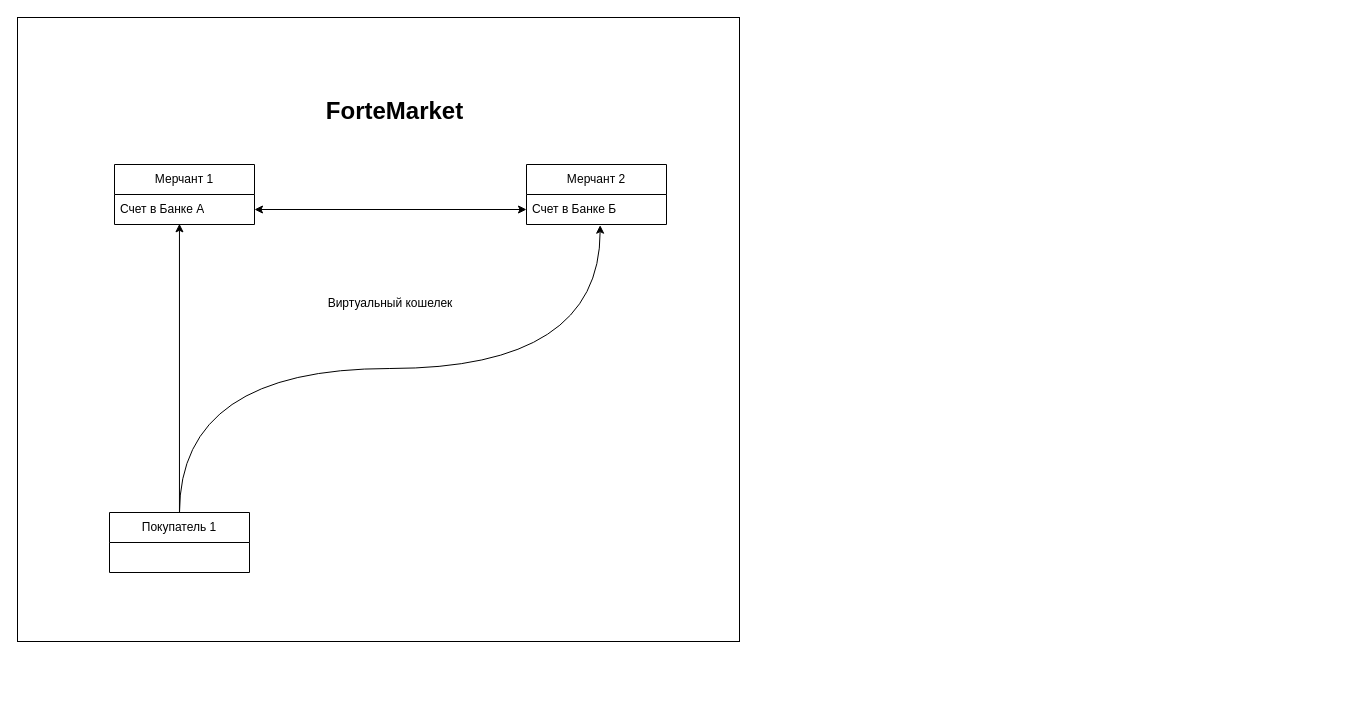
The draw.io diagram modeller/Виртуальный кошелек.drawio in berzezek/technical-support, before the edit. Source tidied: cells renumbered, new cells numbered last; positions are measured from the earlier drawing's top-left corner, leaving out a move shared by most shapes. Both pictures are drawn from the tidied source at 100%, with x=0, y=0 at pixel (17, 17).
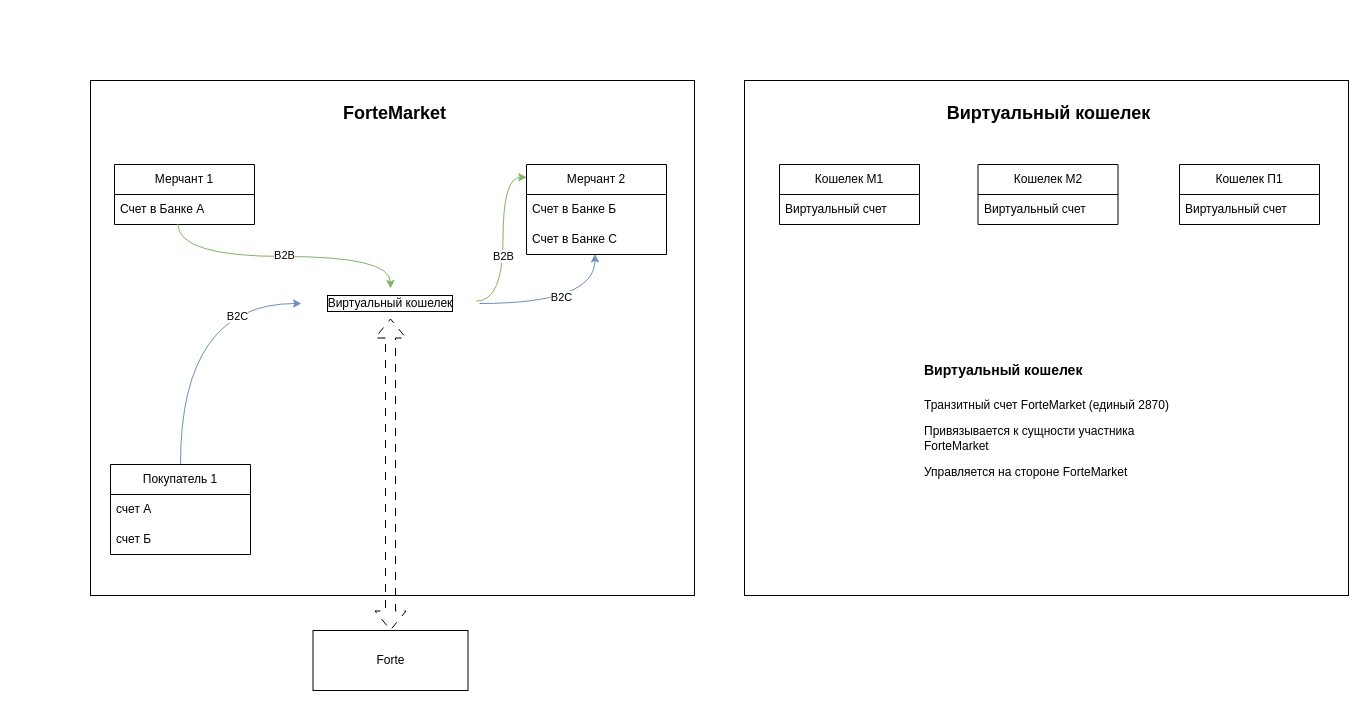
The same diagram, later.

Unchanged cells that the change refers to:
```xml
<mxCell id="5" value="Счет в Банке А" style="text;strokeColor=none;fillColor=none;align=left;verticalAlign=middle;spacingLeft=4;spacingRight=4;overflow=hidden;points=[[0,0.5],[1,0.5]];portConstraint=eastwest;whiteSpace=wrap;html=1;" parent="4" vertex="1">
  <mxGeometry y="30" width="140" height="30" as="geometry" />
</mxCell>
<mxCell id="7" value="Счет в Банке Б" style="text;strokeColor=none;fillColor=none;align=left;verticalAlign=middle;spacingLeft=4;spacingRight=4;overflow=hidden;points=[[0,0.5],[1,0.5]];portConstraint=eastwest;whiteSpace=wrap;html=1;" parent="6" vertex="1">
  <mxGeometry y="30" width="140" height="30" as="geometry" />
</mxCell>
```

Diff of the diagram source:
```diff
@@
     <mxCell id="2" style="rounded=0;whiteSpace=wrap;html=1;" parent="1" vertex="1">
-      <mxGeometry width="722" height="624" as="geometry" />
+      <mxGeometry x="73" y="63" width="604" height="515" as="geometry" />
     </mxCell>
-    <mxCell id="3" value="ForteMarket" style="text;strokeColor=none;fillColor=none;html=1;fontSize=24;fontStyle=1;verticalAlign=middle;align=center;" parent="1" vertex="1">
+    <mxCell id="3" value="&lt;font style=&quot;font-size: 18px;&quot;&gt;ForteMarket&lt;/font&gt;" style="text;strokeColor=none;fillColor=none;html=1;fontSize=24;fontStyle=1;verticalAlign=middle;align=center;" parent="1" vertex="1">
       <mxGeometry x="291.8" y="73" width="169.5" height="41" as="geometry" />
     </mxCell>
@@
     <mxCell id="6" value="Мерчант 2" style="swimlane;fontStyle=0;horizontal=1;startSize=30;whiteSpace=wrap;html=1;" parent="1" vertex="1">
-      <mxGeometry x="509" y="147" width="140" height="60" as="geometry" />
+      <mxGeometry x="509" y="147" width="140" height="90" as="geometry" />
     </mxCell>
@@
-    <mxCell id="8" value="Покупатель 1" style="swimlane;fontStyle=0;horizontal=1;startSize=30;whiteSpace=wrap;html=1;" parent="1" vertex="1">
-      <mxGeometry x="92" y="495" width="140" height="60" as="geometry" />
-    </mxCell>
+    <mxCell id="14" value="Счет в Банке С" style="text;strokeColor=none;fillColor=none;align=left;verticalAlign=middle;spacingLeft=4;spacingRight=4;overflow=hidden;points=[[0,0.5],[1,0.5]];portConstraint=eastwest;whiteSpace=wrap;html=1;" parent="6" vertex="1">
+      <mxGeometry y="60" width="140" height="30" as="geometry" />
+    </mxCell>
+    <mxCell id="15" style="edgeStyle=orthogonalEdgeStyle;rounded=0;jettySize=auto;html=1;entryX=0.5;entryY=0;entryDx=0;entryDy=0;curved=1;exitX=0.5;exitY=1;exitDx=0;exitDy=0;startArrow=classic;startFill=1;shape=flexArrow;dashed=1;dashPattern=8 8;" parent="1" edge="1" source="9" target="24">
+      <mxGeometry relative="1" as="geometry" />
+    </mxCell>
-    <mxCell id="9" value="Виртуальный кошелек" style="text;html=1;whiteSpace=wrap;strokeColor=none;fillColor=none;align=center;verticalAlign=middle;rounded=0;" parent="1" vertex="1">
+    <mxCell id="9" value="Виртуальный кошелек" style="text;html=1;whiteSpace=wrap;strokeColor=none;fillColor=none;align=center;verticalAlign=middle;rounded=0;labelBorderColor=default;spacingLeft=0;" parent="1" vertex="1">
       <mxGeometry x="284" y="271" width="178" height="30" as="geometry" />
     </mxCell>
@@
-    <mxCell id="11" style="edgeStyle=orthogonalEdgeStyle;rounded=0;jettySize=auto;html=1;entryX=0;entryY=0.75;entryDx=0;entryDy=0;startArrow=classic;startFill=1;" parent="1" edge="1" source="5" target="6">
+    <mxCell id="11" style="edgeStyle=orthogonalEdgeStyle;rounded=0;jettySize=auto;html=1;startArrow=none;startFill=0;curved=1;exitX=0.452;exitY=0.981;exitDx=0;exitDy=0;fillColor=#d5e8d4;strokeColor=#82b366;exitPerimeter=0;" parent="1" edge="1" source="5" target="9">
       <mxGeometry relative="1" as="geometry" />
     </mxCell>
-    <mxCell id="12" style="edgeStyle=orthogonalEdgeStyle;rounded=0;jettySize=auto;html=1;entryX=0.464;entryY=0.977;entryDx=0;entryDy=0;entryPerimeter=0;" parent="1" edge="1" source="8" target="5">
-      <mxGeometry relative="1" as="geometry" />
-    </mxCell>
+    <mxCell id="16" value="B2B" style="edgeLabel;html=1;align=center;verticalAlign=middle;" parent="11" vertex="1">
+      <mxGeometry y="2" relative="1" as="geometry" />
+    </mxCell>
-    <mxCell id="13" style="edgeStyle=orthogonalEdgeStyle;rounded=0;jettySize=auto;html=1;entryX=0.526;entryY=1.023;entryDx=0;entryDy=0;entryPerimeter=0;curved=1;" parent="1" edge="1" source="8" target="7">
+    <mxCell id="13" style="edgeStyle=orthogonalEdgeStyle;rounded=0;jettySize=auto;html=1;entryX=0;entryY=0.5;entryDx=0;entryDy=0;curved=1;exitX=0.5;exitY=0;exitDx=0;exitDy=0;fillColor=#dae8fc;strokeColor=#6c8ebf;" parent="1" edge="1" source="8" target="9">
       <mxGeometry relative="1" as="geometry" />
     </mxCell>
+    <mxCell id="17" value="B2C" style="edgeLabel;html=1;align=center;verticalAlign=middle;" parent="13" vertex="1">
+      <mxGeometry x="0.54" y="-12" relative="1" as="geometry" />
+    </mxCell>
+    <mxCell id="8" value="Покупатель 1" style="swimlane;fontStyle=0;horizontal=1;startSize=30;whiteSpace=wrap;html=1;" parent="1" vertex="1">
+      <mxGeometry x="93" y="447" width="140" height="90" as="geometry" />
+    </mxCell>
+    <mxCell id="18" value="счет А" style="text;strokeColor=none;fillColor=none;align=left;verticalAlign=middle;spacingLeft=4;spacingRight=4;overflow=hidden;whiteSpace=wrap;html=1;" parent="8" vertex="1">
+      <mxGeometry y="30" width="140" height="30" as="geometry" />
+    </mxCell>
+    <mxCell id="19" value="счет Б" style="text;strokeColor=none;fillColor=none;align=left;verticalAlign=middle;spacingLeft=4;spacingRight=4;overflow=hidden;whiteSpace=wrap;html=1;" parent="8" vertex="1">
+      <mxGeometry y="60" width="140" height="30" as="geometry" />
+    </mxCell>
+    <mxCell id="20" style="edgeStyle=orthogonalEdgeStyle;rounded=0;jettySize=auto;html=1;entryX=0.489;entryY=0.981;entryDx=0;entryDy=0;entryPerimeter=0;curved=1;exitX=1;exitY=0.5;exitDx=0;exitDy=0;fillColor=#dae8fc;strokeColor=#6c8ebf;" parent="1" edge="1" source="9" target="14">
+      <mxGeometry relative="1" as="geometry" />
+    </mxCell>
+    <mxCell id="21" value="B2C" style="edgeLabel;html=1;align=center;verticalAlign=middle;" parent="20" vertex="1">
+      <mxGeometry x="-0.02" y="7" relative="1" as="geometry" />
+    </mxCell>
+    <mxCell id="22" style="edgeStyle=orthogonalEdgeStyle;rounded=0;jettySize=auto;html=1;entryX=0.002;entryY=0.142;entryDx=0;entryDy=0;entryPerimeter=0;curved=1;fillColor=#d5e8d4;strokeColor=#82b366;exitX=0.982;exitY=0.419;exitDx=0;exitDy=0;exitPerimeter=0;" parent="1" edge="1" source="9" target="6">
+      <mxGeometry relative="1" as="geometry" />
+    </mxCell>
+    <mxCell id="23" value="B2B" style="edgeLabel;html=1;align=center;verticalAlign=middle;" parent="22" vertex="1">
+      <mxGeometry x="-0.17" relative="1" as="geometry" />
+    </mxCell>
+    <mxCell id="24" value="Forte" style="rounded=0;whiteSpace=wrap;html=1;" parent="1" vertex="1">
+      <mxGeometry x="295.5" y="613" width="155" height="60" as="geometry" />
+    </mxCell>
+    <mxCell id="25" style="rounded=0;whiteSpace=wrap;html=1;" parent="1" vertex="1">
+      <mxGeometry x="727" y="63" width="604" height="515" as="geometry" />
+    </mxCell>
+    <mxCell id="26" value="&lt;font style=&quot;font-size: 18px;&quot;&gt;Виртуальный кошелек&lt;/font&gt;" style="text;strokeColor=none;fillColor=none;html=1;fontSize=24;fontStyle=1;verticalAlign=middle;align=center;" parent="1" vertex="1">
+      <mxGeometry x="945.8" y="73" width="169.5" height="41" as="geometry" />
+    </mxCell>
+    <mxCell id="27" value="Кошелек М1" style="swimlane;fontStyle=0;horizontal=1;startSize=30;whiteSpace=wrap;html=1;" parent="1" vertex="1">
+      <mxGeometry x="762" y="147" width="140" height="60" as="geometry" />
+    </mxCell>
+    <mxCell id="28" value="Виртуальный счет" style="text;strokeColor=none;fillColor=none;align=left;verticalAlign=middle;spacingLeft=4;spacingRight=4;overflow=hidden;whiteSpace=wrap;html=1;" parent="27" vertex="1">
+      <mxGeometry y="30" width="140" height="30" as="geometry" />
+    </mxCell>
+    <mxCell id="29" value="Кошелек М2" style="swimlane;fontStyle=0;horizontal=1;startSize=30;whiteSpace=wrap;html=1;" parent="1" vertex="1">
+      <mxGeometry x="960.5" y="147" width="140" height="60" as="geometry" />
+    </mxCell>
+    <mxCell id="30" value="Виртуальный счет" style="text;strokeColor=none;fillColor=none;align=left;verticalAlign=middle;spacingLeft=4;spacingRight=4;overflow=hidden;whiteSpace=wrap;html=1;" parent="29" vertex="1">
+      <mxGeometry y="30" width="140" height="30" as="geometry" />
+    </mxCell>
+    <mxCell id="31" value="Кошелек П1" style="swimlane;fontStyle=0;horizontal=1;startSize=30;whiteSpace=wrap;html=1;" parent="1" vertex="1">
+      <mxGeometry x="1162" y="147" width="140" height="60" as="geometry" />
+    </mxCell>
+    <mxCell id="32" value="Виртуальный счет" style="text;strokeColor=none;fillColor=none;align=left;verticalAlign=middle;spacingLeft=4;spacingRight=4;overflow=hidden;whiteSpace=wrap;html=1;" parent="31" vertex="1">
+      <mxGeometry y="30" width="140" height="30" as="geometry" />
+    </mxCell>
+    <mxCell id="33" value="&lt;h1 style=&quot;margin-top: 0px;&quot;&gt;&lt;font style=&quot;font-size: 14px;&quot;&gt;Виртуальный кошелек&lt;/font&gt;&lt;/h1&gt;&lt;p&gt;Транзитный счет ForteMarket (единый 2870)&lt;/p&gt;&lt;p&gt;Привязывается к сущности участника ForteMarket&lt;/p&gt;&lt;p&gt;Управляется на стороне ForteMarket&lt;/p&gt;" style="text;html=1;whiteSpace=wrap;overflow=hidden;rounded=0;" parent="1" vertex="1">
+      <mxGeometry x="905" y="329" width="248" height="168" as="geometry" />
+    </mxCell>
```
